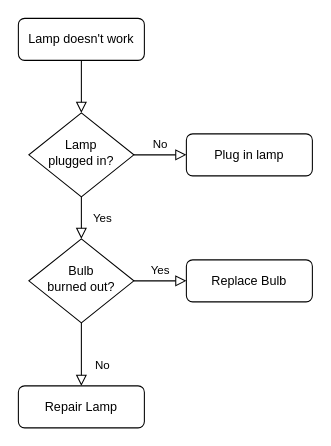
Earlier version of the draw.io diagram Ejercicio1.drawio (aledeleonez/TP_Tema3). Source tidied: cells renumbered, new cells numbered last; positions are measured from the earlier drawing's top-left corner, leaving out a move shared by most shapes. Both pictures are drawn from the tidied source at 105%, with x=0, y=0 at pixel (18, 18).
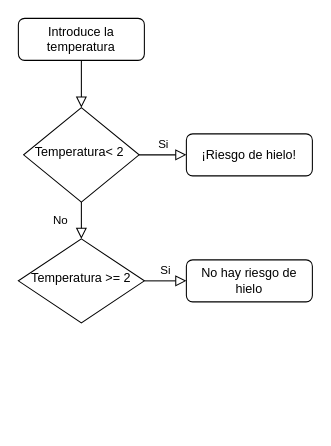
The same diagram, later.

The edit, as a diff of the source:
```diff
@@
 <mxGraphModel>
   <root>
     <mxCell id="0" />
     <mxCell id="1" parent="0" />
     <mxCell id="2" style="rounded=0;html=1;jettySize=auto;fontSize=11;endArrow=block;endFill=0;endSize=8;strokeWidth=1;shadow=0;labelBackgroundColor=none;edgeStyle=orthogonalEdgeStyle;" parent="1" edge="1" source="3" target="6">
       <mxGeometry relative="1" as="geometry" />
     </mxCell>
-    <mxCell id="3" value="Lamp doesn't work" style="rounded=1;whiteSpace=wrap;html=1;fontSize=12;glass=0;strokeWidth=1;shadow=0;" parent="1" vertex="1">
+    <mxCell id="3" value="Introduce la temperatura" style="rounded=1;whiteSpace=wrap;html=1;fontSize=12;glass=0;strokeWidth=1;shadow=0;" parent="1" vertex="1">
       <mxGeometry width="120" height="40" as="geometry" />
     </mxCell>
-    <mxCell id="4" value="Yes" style="rounded=0;html=1;jettySize=auto;fontSize=11;endArrow=block;endFill=0;endSize=8;strokeWidth=1;shadow=0;labelBackgroundColor=none;edgeStyle=orthogonalEdgeStyle;" parent="1" edge="1" source="6" target="10">
+    <mxCell id="4" value="No" style="rounded=0;html=1;jettySize=auto;fontSize=11;endArrow=block;endFill=0;endSize=8;strokeWidth=1;shadow=0;labelBackgroundColor=none;edgeStyle=orthogonalEdgeStyle;" parent="1" edge="1" source="6" target="10">
       <mxGeometry y="20" relative="1" as="geometry" />
     </mxCell>
-    <mxCell id="5" value="No" style="edgeStyle=orthogonalEdgeStyle;rounded=0;html=1;jettySize=auto;fontSize=11;endArrow=block;endFill=0;endSize=8;strokeWidth=1;shadow=0;labelBackgroundColor=none;" parent="1" edge="1" source="6" target="7">
+    <mxCell id="5" value="Si" style="edgeStyle=orthogonalEdgeStyle;rounded=0;html=1;jettySize=auto;fontSize=11;endArrow=block;endFill=0;endSize=8;strokeWidth=1;shadow=0;labelBackgroundColor=none;" parent="1" edge="1" source="6" target="7">
       <mxGeometry y="10" relative="1" as="geometry" />
     </mxCell>
-    <mxCell id="6" value="Lamp&lt;br&gt;plugged in?" style="rhombus;whiteSpace=wrap;html=1;shadow=0;fontFamily=Helvetica;fontSize=12;align=center;strokeWidth=1;spacing=6;spacingTop=-4;" parent="1" vertex="1">
-      <mxGeometry x="10" y="90" width="100" height="80" as="geometry" />
+    <mxCell id="6" value="Temperatura&amp;lt; 2&amp;nbsp;" style="rhombus;whiteSpace=wrap;html=1;shadow=0;fontFamily=Helvetica;fontSize=12;align=center;strokeWidth=1;spacing=6;spacingTop=-4;" parent="1" vertex="1">
+      <mxGeometry x="5" y="85" width="110" height="90" as="geometry" />
     </mxCell>
-    <mxCell id="7" value="Plug in lamp" style="rounded=1;whiteSpace=wrap;html=1;fontSize=12;glass=0;strokeWidth=1;shadow=0;" parent="1" vertex="1">
+    <mxCell id="7" value="¡Riesgo de hielo!" style="rounded=1;whiteSpace=wrap;html=1;fontSize=12;glass=0;strokeWidth=1;shadow=0;" parent="1" vertex="1">
       <mxGeometry x="160" y="110" width="120" height="40" as="geometry" />
     </mxCell>
-    <mxCell id="8" value="No" style="rounded=0;html=1;jettySize=auto;fontSize=11;endArrow=block;endFill=0;endSize=8;strokeWidth=1;shadow=0;labelBackgroundColor=none;edgeStyle=orthogonalEdgeStyle;" parent="1" edge="1" source="10" target="11">
-      <mxGeometry x="0.33" y="20" relative="1" as="geometry" />
-    </mxCell>
-    <mxCell id="9" value="Yes" style="edgeStyle=orthogonalEdgeStyle;rounded=0;html=1;jettySize=auto;fontSize=11;endArrow=block;endFill=0;endSize=8;strokeWidth=1;shadow=0;labelBackgroundColor=none;" parent="1" edge="1" source="10" target="12">
+    <mxCell id="9" value="Si" style="edgeStyle=orthogonalEdgeStyle;rounded=0;html=1;jettySize=auto;fontSize=11;endArrow=block;endFill=0;endSize=8;strokeWidth=1;shadow=0;labelBackgroundColor=none;" parent="1" edge="1" source="10" target="12">
       <mxGeometry y="10" relative="1" as="geometry" />
     </mxCell>
-    <mxCell id="10" value="Bulb&lt;br&gt;burned out?" style="rhombus;whiteSpace=wrap;html=1;shadow=0;fontFamily=Helvetica;fontSize=12;align=center;strokeWidth=1;spacing=6;spacingTop=-4;" parent="1" vertex="1">
-      <mxGeometry x="10" y="210" width="100" height="80" as="geometry" />
+    <mxCell id="10" value="Temperatura &amp;gt;= 2" style="rhombus;whiteSpace=wrap;html=1;shadow=0;fontFamily=Helvetica;fontSize=12;align=center;strokeWidth=1;spacing=6;spacingTop=-4;" parent="1" vertex="1">
+      <mxGeometry y="210" width="120" height="80" as="geometry" />
     </mxCell>
-    <mxCell id="11" value="Repair Lamp" style="rounded=1;whiteSpace=wrap;html=1;fontSize=12;glass=0;strokeWidth=1;shadow=0;" parent="1" vertex="1">
-      <mxGeometry y="350" width="120" height="40" as="geometry" />
-    </mxCell>
-    <mxCell id="12" value="Replace Bulb" style="rounded=1;whiteSpace=wrap;html=1;fontSize=12;glass=0;strokeWidth=1;shadow=0;" parent="1" vertex="1">
+    <mxCell id="12" value="No hay riesgo de hielo" style="rounded=1;whiteSpace=wrap;html=1;fontSize=12;glass=0;strokeWidth=1;shadow=0;" parent="1" vertex="1">
       <mxGeometry x="160" y="230" width="120" height="40" as="geometry" />
     </mxCell>
   </root>
 </mxGraphModel>
```
